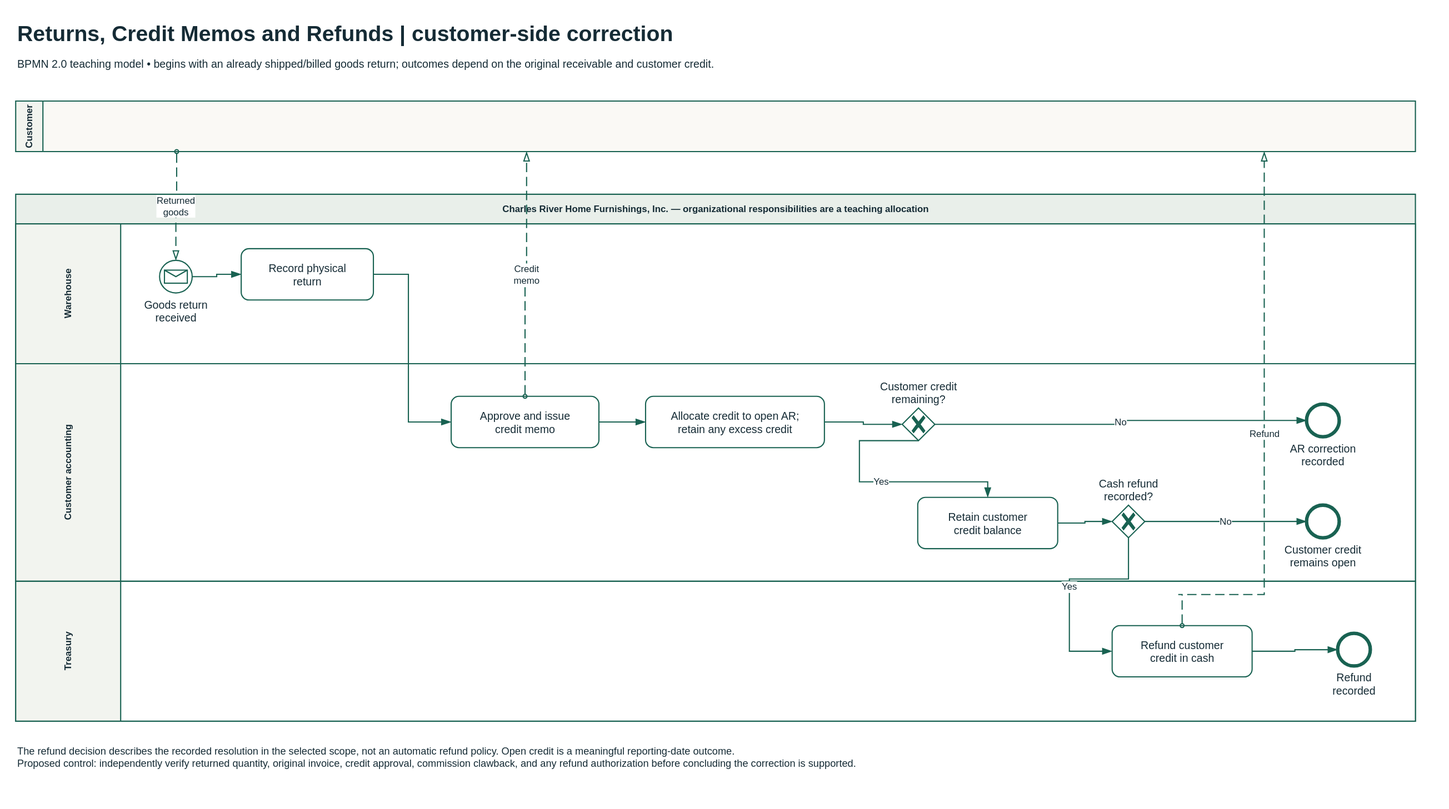
This is static/diagrams/bpmn/returns-credit-refunds.svg from mmcodesso/CharlesRiver_Database, a draw.io export, as it was before one commit. Source tidied: cells renumbered, new cells last; positions are measured from the earlier drawing's top-left corner, leaving out a move shared by most shapes.
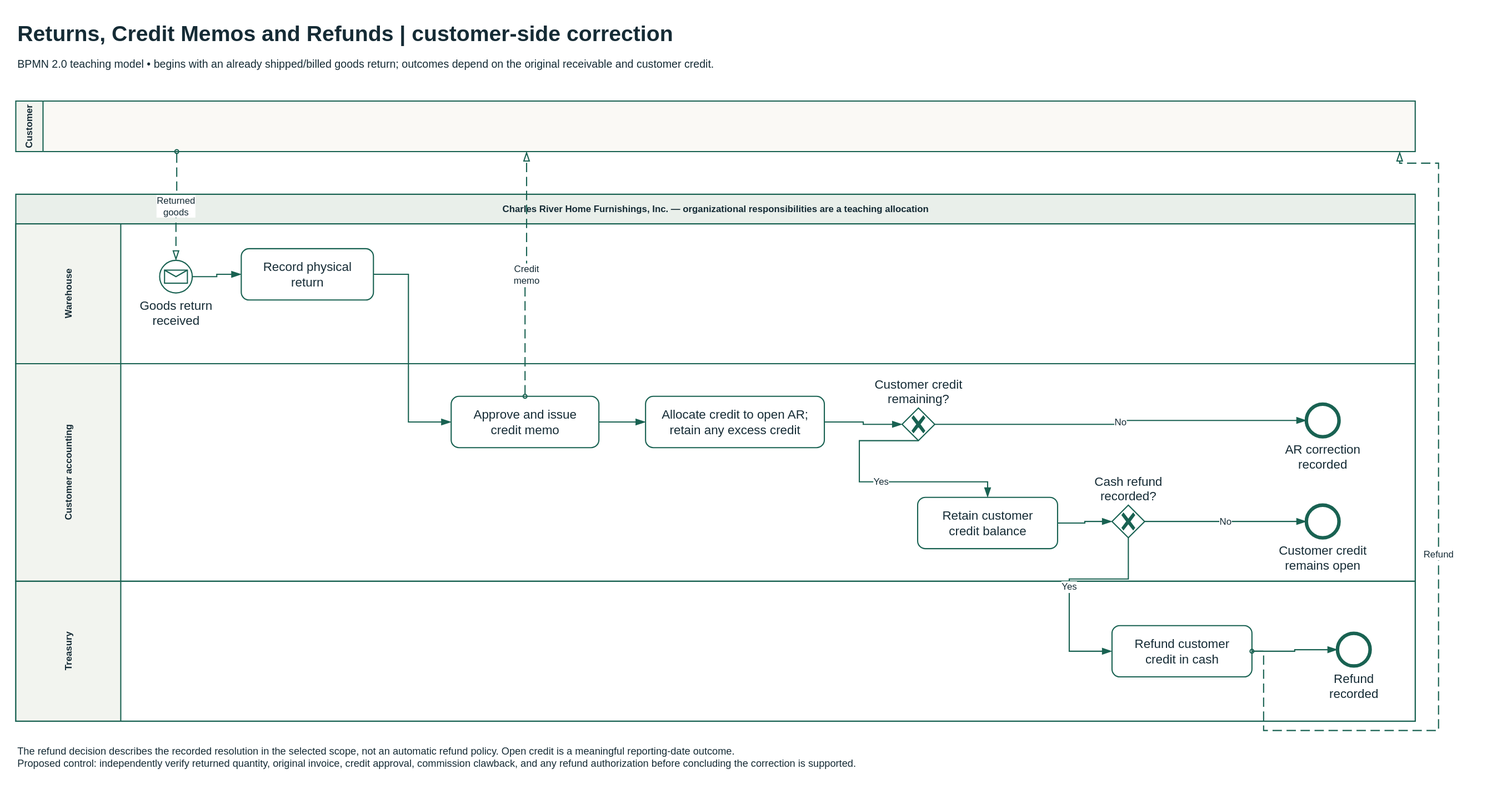
The same diagram one commit later.

Change to the diagram source:
```diff
@@ -14,43 +14,43 @@
     <mxCell id="5" value="Warehouse" style="html=0;fontFamily=Arial;fontSize=14;fontColor=#152b35;strokeColor=#196252;strokeWidth=1.5;fillColor=#FFFFFF;whiteSpace=wrap;swimlane;horizontal=0;startSize=135;fontStyle=1;fillColor=#F2F4EF;swimlaneFillColor=#FFFFFF;" parent="4" vertex="1">
       <mxGeometry y="38" width="1800" height="180" as="geometry" />
     </mxCell>
-    <mxCell id="6" value="Goods return&#10;received" style="html=0;fontFamily=Arial;fontSize=14;fontColor=#152b35;strokeColor=#196252;strokeWidth=1.5;fillColor=#FFFFFF;whiteSpace=wrap;shape=mxgraph.bpmn.event;outline=standard;symbol=message;perimeter=ellipsePerimeter;verticalLabelPosition=bottom;verticalAlign=top;labelBackgroundColor=#FFFFFF;labelWidth=140;" parent="5" vertex="1">
+    <mxCell id="6" value="Goods return&#10;received" style="html=0;fontFamily=Arial;fontColor=#152b35;strokeColor=#196252;strokeWidth=1.5;fillColor=#FFFFFF;whiteSpace=wrap;shape=mxgraph.bpmn.event;outline=standard;symbol=message;perimeter=ellipsePerimeter;verticalLabelPosition=bottom;verticalAlign=top;labelBackgroundColor=#FFFFFF;labelWidth=140;fontSize=16;" parent="5" vertex="1">
       <mxGeometry x="185" y="47" width="42" height="42" as="geometry" />
     </mxCell>
-    <mxCell id="7" value="Record physical&#10;return" style="html=0;fontFamily=Arial;fontSize=14;fontColor=#152b35;strokeColor=#196252;strokeWidth=1.5;fillColor=#FFFFFF;whiteSpace=wrap;shape=mxgraph.bpmn.task2;rectStyle=rounded;size=10;taskMarker=abstract;" parent="5" vertex="1">
+    <mxCell id="7" value="Record physical&#10;return" style="html=0;fontFamily=Arial;fontColor=#152b35;strokeColor=#196252;strokeWidth=1.5;fillColor=#FFFFFF;whiteSpace=wrap;shape=mxgraph.bpmn.task2;rectStyle=rounded;size=10;taskMarker=abstract;fontSize=16;" parent="5" vertex="1">
       <mxGeometry x="290" y="32" width="170" height="66" as="geometry" />
     </mxCell>
     <mxCell id="8" value="Customer accounting" style="html=0;fontFamily=Arial;fontSize=14;fontColor=#152b35;strokeColor=#196252;strokeWidth=1.5;fillColor=#FFFFFF;whiteSpace=wrap;swimlane;horizontal=0;startSize=135;fontStyle=1;fillColor=#F2F4EF;swimlaneFillColor=#FFFFFF;" parent="4" vertex="1">
       <mxGeometry y="218" width="1800" height="280" as="geometry" />
     </mxCell>
-    <mxCell id="9" value="Approve and issue&#10;credit memo" style="html=0;fontFamily=Arial;fontSize=14;fontColor=#152b35;strokeColor=#196252;strokeWidth=1.5;fillColor=#FFFFFF;whiteSpace=wrap;shape=mxgraph.bpmn.task2;rectStyle=rounded;size=10;taskMarker=abstract;" parent="8" vertex="1">
+    <mxCell id="9" value="Approve and issue&#10;credit memo" style="html=0;fontFamily=Arial;fontColor=#152b35;strokeColor=#196252;strokeWidth=1.5;fillColor=#FFFFFF;whiteSpace=wrap;shape=mxgraph.bpmn.task2;rectStyle=rounded;size=10;taskMarker=abstract;fontSize=16;" parent="8" vertex="1">
       <mxGeometry x="560" y="42" width="190" height="66" as="geometry" />
     </mxCell>
-    <mxCell id="10" value="Allocate credit to open AR;&#10;retain any excess credit" style="html=0;fontFamily=Arial;fontSize=14;fontColor=#152b35;strokeColor=#196252;strokeWidth=1.5;fillColor=#FFFFFF;whiteSpace=wrap;shape=mxgraph.bpmn.task2;rectStyle=rounded;size=10;taskMarker=abstract;" parent="8" vertex="1">
+    <mxCell id="10" value="Allocate credit to open AR;&#10;retain any excess credit" style="html=0;fontFamily=Arial;fontColor=#152b35;strokeColor=#196252;strokeWidth=1.5;fillColor=#FFFFFF;whiteSpace=wrap;shape=mxgraph.bpmn.task2;rectStyle=rounded;size=10;taskMarker=abstract;fontSize=16;" parent="8" vertex="1">
       <mxGeometry x="810" y="42" width="230" height="66" as="geometry" />
     </mxCell>
-    <mxCell id="11" value="Customer credit&#10;remaining?" style="html=0;fontFamily=Arial;fontSize=14;fontColor=#152b35;strokeColor=#196252;strokeWidth=1.5;fillColor=#FFFFFF;whiteSpace=wrap;shape=mxgraph.bpmn.gateway2;outline=none;symbol=none;gwType=exclusive;perimeter=rhombusPerimeter;verticalLabelPosition=top;verticalAlign=bottom;labelBackgroundColor=#FFFFFF;labelWidth=140;" parent="8" vertex="1">
+    <mxCell id="11" value="Customer credit&#10;remaining?" style="html=0;fontFamily=Arial;fontColor=#152b35;strokeColor=#196252;strokeWidth=1.5;fillColor=#FFFFFF;whiteSpace=wrap;shape=mxgraph.bpmn.gateway2;outline=none;symbol=none;gwType=exclusive;perimeter=rhombusPerimeter;verticalLabelPosition=top;verticalAlign=bottom;labelBackgroundColor=#FFFFFF;labelWidth=140;fontSize=16;" parent="8" vertex="1">
       <mxGeometry x="1140" y="57" width="42" height="42" as="geometry" />
     </mxCell>
-    <mxCell id="12" value="AR correction&#10;recorded" style="html=0;fontFamily=Arial;fontSize=14;fontColor=#152b35;strokeColor=#196252;strokeWidth=1.5;fillColor=#FFFFFF;whiteSpace=wrap;shape=mxgraph.bpmn.event;outline=end;symbol=general;perimeter=ellipsePerimeter;verticalLabelPosition=bottom;verticalAlign=top;labelBackgroundColor=#FFFFFF;labelWidth=140;" parent="8" vertex="1">
+    <mxCell id="12" value="AR correction&#10;recorded" style="html=0;fontFamily=Arial;fontColor=#152b35;strokeColor=#196252;strokeWidth=1.5;fillColor=#FFFFFF;whiteSpace=wrap;shape=mxgraph.bpmn.event;outline=end;symbol=general;perimeter=ellipsePerimeter;verticalLabelPosition=bottom;verticalAlign=top;labelBackgroundColor=#FFFFFF;labelWidth=140;fontSize=16;" parent="8" vertex="1">
       <mxGeometry x="1660" y="52" width="42" height="42" as="geometry" />
     </mxCell>
-    <mxCell id="13" value="Retain customer&#10;credit balance" style="html=0;fontFamily=Arial;fontSize=14;fontColor=#152b35;strokeColor=#196252;strokeWidth=1.5;fillColor=#FFFFFF;whiteSpace=wrap;shape=mxgraph.bpmn.task2;rectStyle=rounded;size=10;taskMarker=abstract;" parent="8" vertex="1">
+    <mxCell id="13" value="Retain customer&#10;credit balance" style="html=0;fontFamily=Arial;fontColor=#152b35;strokeColor=#196252;strokeWidth=1.5;fillColor=#FFFFFF;whiteSpace=wrap;shape=mxgraph.bpmn.task2;rectStyle=rounded;size=10;taskMarker=abstract;fontSize=16;" parent="8" vertex="1">
       <mxGeometry x="1160" y="172" width="180" height="66" as="geometry" />
     </mxCell>
-    <mxCell id="14" value="Cash refund&#10;recorded?" style="html=0;fontFamily=Arial;fontSize=14;fontColor=#152b35;strokeColor=#196252;strokeWidth=1.5;fillColor=#FFFFFF;whiteSpace=wrap;shape=mxgraph.bpmn.gateway2;outline=none;symbol=none;gwType=exclusive;perimeter=rhombusPerimeter;verticalLabelPosition=top;verticalAlign=bottom;labelBackgroundColor=#FFFFFF;labelWidth=140;" parent="8" vertex="1">
+    <mxCell id="14" value="Cash refund&#10;recorded?" style="html=0;fontFamily=Arial;fontColor=#152b35;strokeColor=#196252;strokeWidth=1.5;fillColor=#FFFFFF;whiteSpace=wrap;shape=mxgraph.bpmn.gateway2;outline=none;symbol=none;gwType=exclusive;perimeter=rhombusPerimeter;verticalLabelPosition=top;verticalAlign=bottom;labelBackgroundColor=#FFFFFF;labelWidth=140;fontSize=16;" parent="8" vertex="1">
       <mxGeometry x="1410" y="182" width="42" height="42" as="geometry" />
     </mxCell>
-    <mxCell id="15" value="Customer credit&#10;remains open" style="html=0;fontFamily=Arial;fontSize=14;fontColor=#152b35;strokeColor=#196252;strokeWidth=1.5;fillColor=#FFFFFF;whiteSpace=wrap;shape=mxgraph.bpmn.event;outline=end;symbol=general;perimeter=ellipsePerimeter;verticalLabelPosition=bottom;verticalAlign=top;labelBackgroundColor=#FFFFFF;labelWidth=140;" parent="8" vertex="1">
+    <mxCell id="15" value="Customer credit&#10;remains open" style="html=0;fontFamily=Arial;fontColor=#152b35;strokeColor=#196252;strokeWidth=1.5;fillColor=#FFFFFF;whiteSpace=wrap;shape=mxgraph.bpmn.event;outline=end;symbol=general;perimeter=ellipsePerimeter;verticalLabelPosition=bottom;verticalAlign=top;labelBackgroundColor=#FFFFFF;labelWidth=140;fontSize=16;" parent="8" vertex="1">
       <mxGeometry x="1660" y="182" width="42" height="42" as="geometry" />
     </mxCell>
     <mxCell id="16" value="Treasury" style="html=0;fontFamily=Arial;fontSize=14;fontColor=#152b35;strokeColor=#196252;strokeWidth=1.5;fillColor=#FFFFFF;whiteSpace=wrap;swimlane;horizontal=0;startSize=135;fontStyle=1;fillColor=#F2F4EF;swimlaneFillColor=#FFFFFF;" parent="4" vertex="1">
       <mxGeometry y="498" width="1800" height="180" as="geometry" />
     </mxCell>
-    <mxCell id="17" value="Refund customer&#10;credit in cash" style="html=0;fontFamily=Arial;fontSize=14;fontColor=#152b35;strokeColor=#196252;strokeWidth=1.5;fillColor=#FFFFFF;whiteSpace=wrap;shape=mxgraph.bpmn.task2;rectStyle=rounded;size=10;taskMarker=abstract;" parent="16" vertex="1">
+    <mxCell id="17" value="Refund customer&#10;credit in cash" style="html=0;fontFamily=Arial;fontColor=#152b35;strokeColor=#196252;strokeWidth=1.5;fillColor=#FFFFFF;whiteSpace=wrap;shape=mxgraph.bpmn.task2;rectStyle=rounded;size=10;taskMarker=abstract;fontSize=16;" parent="16" vertex="1">
       <mxGeometry x="1410" y="57" width="180" height="66" as="geometry" />
     </mxCell>
-    <mxCell id="18" value="Refund&#10;recorded" style="html=0;fontFamily=Arial;fontSize=14;fontColor=#152b35;strokeColor=#196252;strokeWidth=1.5;fillColor=#FFFFFF;whiteSpace=wrap;shape=mxgraph.bpmn.event;outline=end;symbol=general;perimeter=ellipsePerimeter;verticalLabelPosition=bottom;verticalAlign=top;labelBackgroundColor=#FFFFFF;labelWidth=140;" parent="16" vertex="1">
+    <mxCell id="18" value="Refund&#10;recorded" style="html=0;fontFamily=Arial;fontColor=#152b35;strokeColor=#196252;strokeWidth=1.5;fillColor=#FFFFFF;whiteSpace=wrap;shape=mxgraph.bpmn.event;outline=end;symbol=general;perimeter=ellipsePerimeter;verticalLabelPosition=bottom;verticalAlign=top;labelBackgroundColor=#FFFFFF;labelWidth=140;fontSize=16;" parent="16" vertex="1">
       <mxGeometry x="1700" y="67" width="42" height="42" as="geometry" />
     </mxCell>
     <mxCell id="19" value="Customer" style="html=0;fontFamily=Arial;fontSize=14;fontColor=#152b35;strokeColor=#196252;strokeWidth=1.5;fillColor=#FFFFFF;whiteSpace=wrap;swimlane;horizontal=0;startSize=35;fillColor=#F2F4EF;swimlaneFillColor=#FAF9F5;" parent="1" vertex="1">
@@ -108,12 +108,14 @@
     <mxCell id="31" value="Credit memo" style="html=0;fontFamily=Arial;fontSize=14;fontColor=#152b35;strokeColor=#196252;strokeWidth=1.5;fillColor=#FFFFFF;whiteSpace=wrap;edgeStyle=orthogonalEdgeStyle;rounded=0;jettySize=15;fontSize=12;labelBackgroundColor=#FFFFFF;dashed=1;dashPattern=8 4;startArrow=oval;startFill=0;startSize=5;endArrow=blockThin;endFill=0;endSize=9;exitX=0.5;exitY=0;entryX=0.365;entryY=1;" parent="1" edge="1" source="9" target="19">
       <mxGeometry relative="1" as="geometry" />
     </mxCell>
-    <mxCell id="32" value="Refund" style="html=0;fontFamily=Arial;fontSize=14;fontColor=#152b35;strokeColor=#196252;strokeWidth=1.5;fillColor=#FFFFFF;whiteSpace=wrap;edgeStyle=orthogonalEdgeStyle;rounded=0;jettySize=15;fontSize=12;labelBackgroundColor=#FFFFFF;dashed=1;dashPattern=8 4;startArrow=oval;startFill=0;startSize=5;endArrow=blockThin;endFill=0;endSize=9;exitX=0.5;exitY=0;entryX=0.892;entryY=1;" parent="1" edge="1" source="17" target="19">
+    <mxCell id="32" value="Refund" style="html=0;fontFamily=Arial;fontSize=14;fontColor=#152b35;strokeColor=#196252;strokeWidth=1.5;fillColor=#FFFFFF;whiteSpace=wrap;edgeStyle=orthogonalEdgeStyle;rounded=0;jettySize=15;fontSize=12;labelBackgroundColor=#FFFFFF;dashed=1;dashPattern=8 4;startArrow=oval;startFill=0;startSize=5;endArrow=blockThin;endFill=0;endSize=9;exitX=1;exitY=0.5;entryX=0.9889;entryY=1;" parent="1" edge="1" source="17" target="19">
       <mxGeometry relative="1" as="geometry">
         <Array as="points">
-          <mxPoint x="1495" y="745" />
-          <mxPoint x="1605" y="745" />
-          <mxPoint x="1605" y="190" />
+          <mxPoint x="1605" y="818" />
+          <mxPoint x="1605" y="920" />
+          <mxPoint x="1830" y="920" />
+          <mxPoint x="1830" y="190" />
+          <mxPoint x="1780" y="190" />
         </Array>
       </mxGeometry>
     </mxCell>
```
